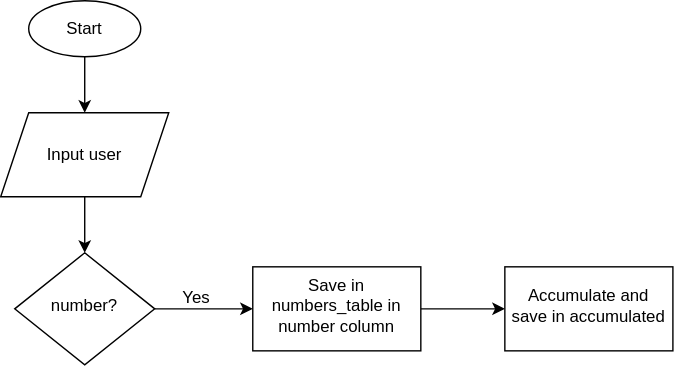
Before: apalabrados_flowchart.drawio.svg, a diagram exported from draw.io (isabelyb/apalabrados). Source tidied: cells renumbered, new cells last; positions are measured from the earlier drawing's top-left corner, leaving out a move shared by most shapes.
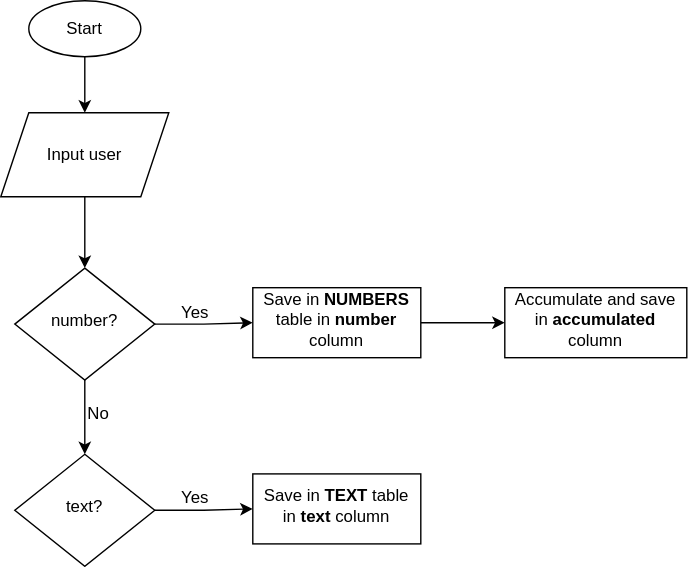
Later version of the same file.

The edit, as a diff of the source:
```diff
@@ -5,8 +5,11 @@
     <mxCell id="2" style="edgeStyle=orthogonalEdgeStyle;rounded=0;jettySize=auto;html=1;" parent="1" edge="1" source="3" target="9">
       <mxGeometry relative="1" as="geometry" />
     </mxCell>
+    <mxCell id="12" style="edgeStyle=orthogonalEdgeStyle;rounded=0;jettySize=auto;html=1;" parent="1" edge="1" source="3" target="14">
+      <mxGeometry relative="1" as="geometry" />
+    </mxCell>
     <mxCell id="3" value="number?" style="rhombus;whiteSpace=wrap;html=1;shadow=0;fontFamily=Helvetica;fontSize=12;align=center;strokeWidth=1;spacing=6;spacingTop=-4;" parent="1" vertex="1">
-      <mxGeometry x="10" y="180" width="100" height="80" as="geometry" />
+      <mxGeometry x="10" y="191" width="100" height="80" as="geometry" />
     </mxCell>
     <mxCell id="4" style="edgeStyle=orthogonalEdgeStyle;rounded=0;jettySize=auto;html=1;" parent="1" edge="1" source="5" target="3">
       <mxGeometry relative="1" as="geometry" />
@@ -23,14 +26,29 @@
     <mxCell id="8" style="edgeStyle=orthogonalEdgeStyle;rounded=0;jettySize=auto;html=1;" parent="1" edge="1" source="9" target="11">
       <mxGeometry relative="1" as="geometry" />
     </mxCell>
-    <mxCell id="9" value="&lt;span&gt;Save in numbers_table in number column&lt;/span&gt;" style="whiteSpace=wrap;html=1;shadow=0;strokeWidth=1;spacing=6;spacingTop=-4;" parent="1" vertex="1">
-      <mxGeometry x="180" y="190" width="120" height="60" as="geometry" />
+    <mxCell id="9" value="Save in &lt;b&gt;NUMBERS&lt;/b&gt; table in &lt;b&gt;number&lt;/b&gt; column" style="whiteSpace=wrap;html=1;shadow=0;strokeWidth=1;spacing=6;spacingTop=-4;" parent="1" vertex="1">
+      <mxGeometry x="180" y="205" width="120" height="50" as="geometry" />
     </mxCell>
     <mxCell id="10" value="Yes" style="text;html=1;strokeColor=none;fillColor=none;align=center;verticalAlign=middle;whiteSpace=wrap;rounded=0;" parent="1" vertex="1">
-      <mxGeometry x="110" y="197" width="60" height="30" as="geometry" />
+      <mxGeometry x="109" y="208" width="60" height="30" as="geometry" />
     </mxCell>
-    <mxCell id="11" value="Accumulate and save in accumulated" style="whiteSpace=wrap;html=1;shadow=0;strokeWidth=1;spacing=6;spacingTop=-4;" parent="1" vertex="1">
-      <mxGeometry x="360" y="190" width="120" height="60" as="geometry" />
+    <mxCell id="11" value="Accumulate and save in &lt;b&gt;accumulated&lt;/b&gt; column" style="whiteSpace=wrap;html=1;shadow=0;strokeWidth=1;spacing=6;spacingTop=-4;" parent="1" vertex="1">
+      <mxGeometry x="360" y="205" width="130" height="50" as="geometry" />
     </mxCell>
+    <mxCell id="13" style="edgeStyle=orthogonalEdgeStyle;rounded=0;jettySize=auto;html=1;" parent="1" edge="1" source="14" target="16">
+      <mxGeometry relative="1" as="geometry" />
+    </mxCell>
+    <mxCell id="14" value="text?" style="rhombus;whiteSpace=wrap;html=1;shadow=0;fontFamily=Helvetica;fontSize=12;align=center;strokeWidth=1;spacing=6;spacingTop=-4;" parent="1" vertex="1">
+      <mxGeometry x="10" y="324" width="100" height="80" as="geometry" />
+    </mxCell>
+    <mxCell id="15" value="No" style="text;html=1;strokeColor=none;fillColor=none;align=center;verticalAlign=middle;whiteSpace=wrap;rounded=0;" parent="1" vertex="1">
+      <mxGeometry x="40" y="280" width="60" height="30" as="geometry" />
+    </mxCell>
+    <mxCell id="16" value="Save in &lt;b&gt;TEXT&lt;/b&gt;&amp;nbsp;table in &lt;b&gt;text&lt;/b&gt; column" style="whiteSpace=wrap;html=1;shadow=0;strokeWidth=1;spacing=6;spacingTop=-4;" parent="1" vertex="1">
+      <mxGeometry x="180" y="338" width="120" height="50" as="geometry" />
+    </mxCell>
+    <mxCell id="17" value="Yes" style="text;html=1;strokeColor=none;fillColor=none;align=center;verticalAlign=middle;whiteSpace=wrap;rounded=0;" parent="1" vertex="1">
+      <mxGeometry x="109" y="340" width="60" height="30" as="geometry" />
+    </mxCell>
   </root>
 </mxGraphModel>
```
